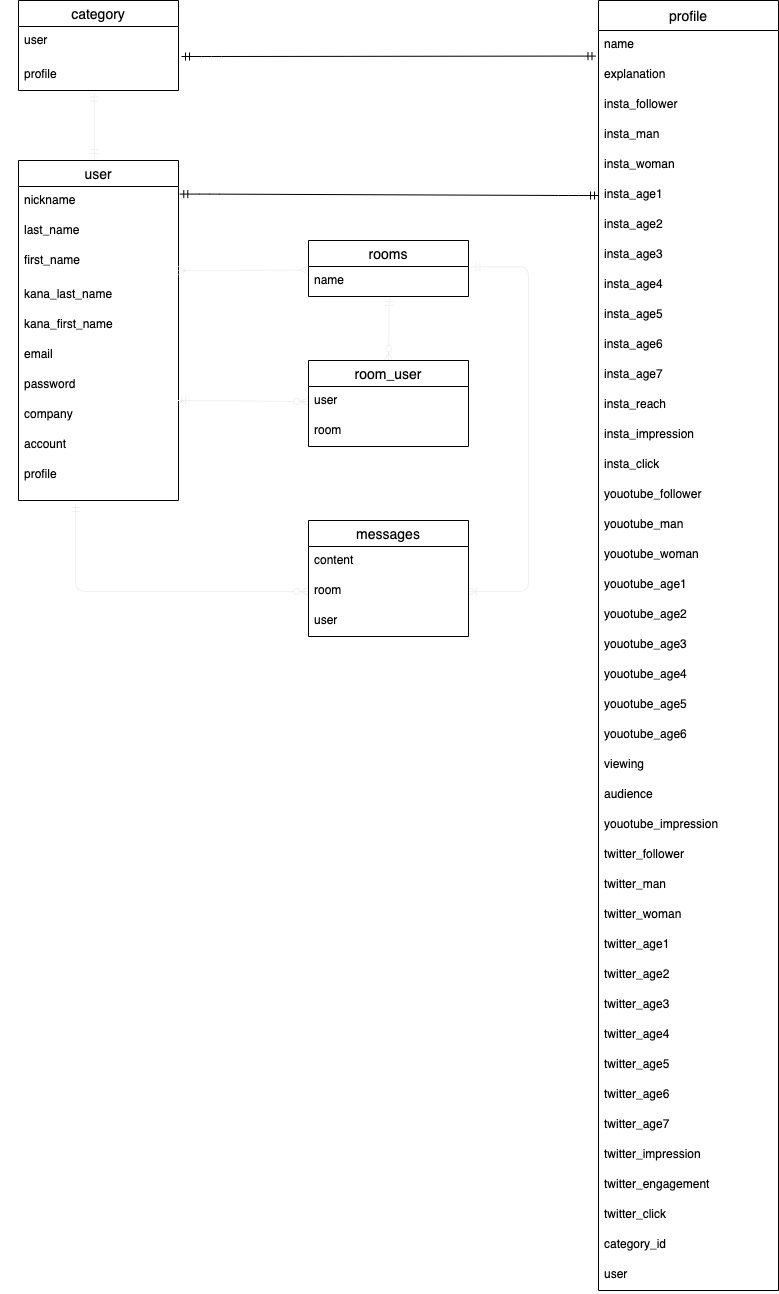
The draw.io diagram er.drawio.png in Shota1104/connect, before a commit. Source tidied: cells renumbered, new cells last; positions are measured from the earlier drawing's top-left corner, leaving out a move shared by most shapes.
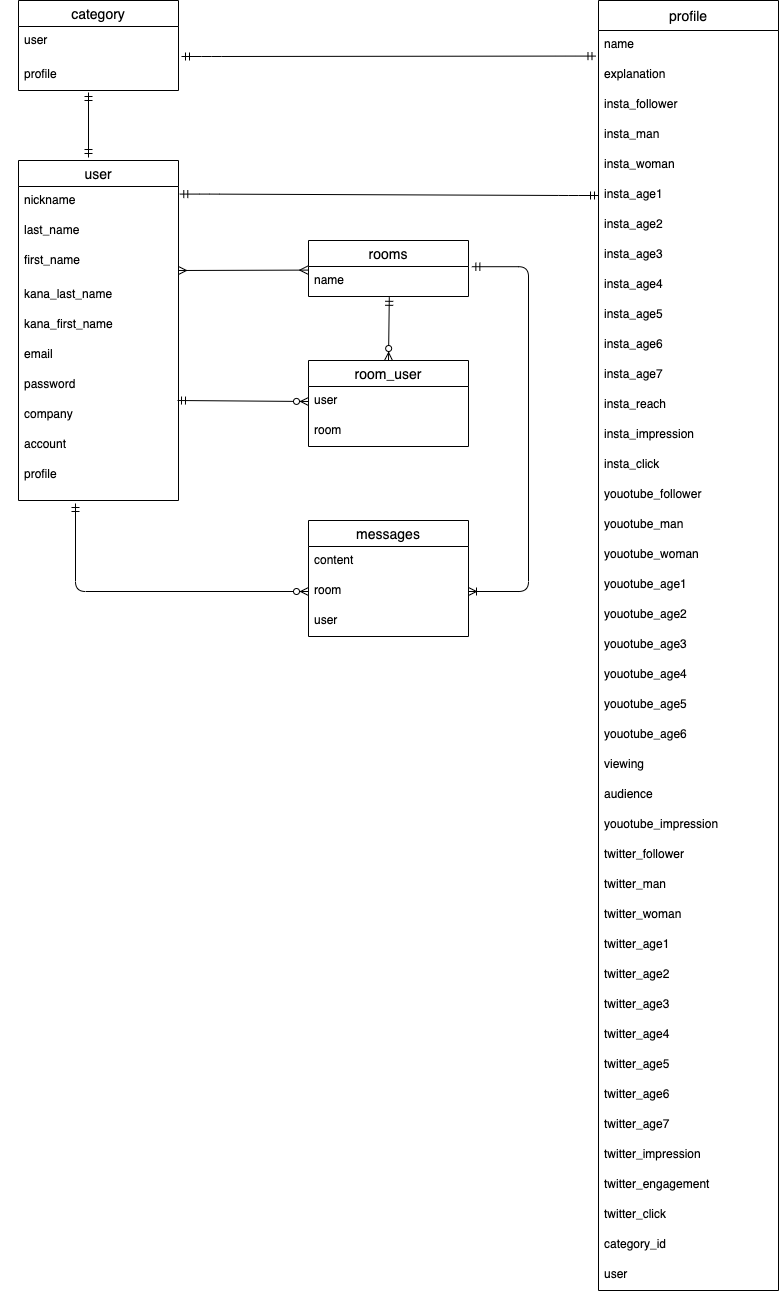
After the change.

Change to the diagram source:
```diff
@@ -58,17 +58,18 @@
     <mxCell id="18" value="profile" style="text;strokeColor=none;fillColor=none;spacingLeft=4;spacingRight=4;overflow=hidden;points=[[0,0.5],[1,0.5]];portConstraint=eastwest;fontSize=12;" parent="16" vertex="1">
       <mxGeometry y="60" width="160" height="30" as="geometry" />
     </mxCell>
-    <mxCell id="19" style="fontSize=12;html=1;endArrow=ERmandOne;startArrow=ERmandOne;strokeColor=#f0f0f0;entryX=0.474;entryY=1.08;entryDx=0;entryDy=0;entryPerimeter=0;" parent="1" edge="1" target="18">
+    <mxCell id="19" style="fontSize=12;html=1;endArrow=ERmandOne;startArrow=ERmandOne;" parent="1" edge="1">
       <mxGeometry relative="1" as="geometry">
-        <mxPoint x="86" y="157" as="sourcePoint" />
+        <mxPoint x="80" y="157" as="sourcePoint" />
+        <mxPoint x="80" y="92" as="targetPoint" />
       </mxGeometry>
     </mxCell>
-    <mxCell id="20" style="edgeStyle=orthogonalEdgeStyle;fontSize=12;html=1;endArrow=ERzeroToMany;startArrow=ERmandOne;strokeColor=#f0f0f0;entryX=0;entryY=0.5;entryDx=0;entryDy=0;" parent="1" edge="1" target="75">
+    <mxCell id="20" style="edgeStyle=orthogonalEdgeStyle;fontSize=12;html=1;endArrow=ERzeroToMany;startArrow=ERmandOne;entryX=0;entryY=0.5;entryDx=0;entryDy=0;" parent="1" edge="1" target="75">
       <mxGeometry relative="1" as="geometry">
         <mxPoint x="67" y="503" as="sourcePoint" />
       </mxGeometry>
     </mxCell>
-    <mxCell id="21" style="edgeStyle=orthogonalEdgeStyle;fontSize=12;html=1;endArrow=ERoneToMany;startArrow=ERmandOne;strokeColor=#f0f0f0;exitX=1.021;exitY=0.007;exitDx=0;exitDy=0;exitPerimeter=0;entryX=1;entryY=0.5;entryDx=0;entryDy=0;" parent="1" edge="1" source="69" target="75">
+    <mxCell id="21" style="edgeStyle=orthogonalEdgeStyle;fontSize=12;html=1;endArrow=ERoneToMany;startArrow=ERmandOne;exitX=1.021;exitY=0.007;exitDx=0;exitDy=0;exitPerimeter=0;entryX=1;entryY=0.5;entryDx=0;entryDy=0;" parent="1" edge="1" source="69" target="75">
       <mxGeometry relative="1" as="geometry">
         <Array as="points">
           <mxPoint x="520" y="266" />
@@ -76,17 +77,17 @@
         </Array>
       </mxGeometry>
     </mxCell>
-    <mxCell id="22" style="fontSize=12;html=1;endArrow=ERmany;startArrow=ERmany;strokeColor=#f0f0f0;entryX=-0.005;entryY=0.12;entryDx=0;entryDy=0;entryPerimeter=0;" parent="1" edge="1" target="69">
+    <mxCell id="22" style="fontSize=12;html=1;endArrow=ERmany;startArrow=ERmany;entryX=-0.005;entryY=0.12;entryDx=0;entryDy=0;entryPerimeter=0;" parent="1" edge="1" target="69">
       <mxGeometry relative="1" as="geometry">
         <mxPoint x="170" y="270" as="sourcePoint" />
       </mxGeometry>
     </mxCell>
-    <mxCell id="23" style="fontSize=12;html=1;endArrow=ERzeroToMany;startArrow=ERmandOne;strokeColor=#f0f0f0;entryX=0;entryY=0.5;entryDx=0;entryDy=0;" parent="1" edge="1" target="71">
+    <mxCell id="23" style="fontSize=12;html=1;endArrow=ERzeroToMany;startArrow=ERmandOne;entryX=0;entryY=0.5;entryDx=0;entryDy=0;" parent="1" edge="1" target="71">
       <mxGeometry relative="1" as="geometry">
         <mxPoint x="169" y="400" as="sourcePoint" />
       </mxGeometry>
     </mxCell>
-    <mxCell id="24" style="fontSize=12;html=1;endArrow=ERzeroToMany;startArrow=ERmandOne;strokeColor=#f0f0f0;exitX=0.505;exitY=1.027;exitDx=0;exitDy=0;exitPerimeter=0;entryX=0.5;entryY=0;entryDx=0;entryDy=0;" parent="1" edge="1" source="69" target="70">
+    <mxCell id="24" style="fontSize=12;html=1;endArrow=ERzeroToMany;startArrow=ERmandOne;exitX=0.505;exitY=1.027;exitDx=0;exitDy=0;exitPerimeter=0;entryX=0.5;entryY=0;entryDx=0;entryDy=0;" parent="1" edge="1" source="69" target="70">
       <mxGeometry relative="1" as="geometry" />
     </mxCell>
     <mxCell id="25" value="profile" style="swimlane;fontStyle=0;horizontal=1;startSize=30;align=center;fontSize=14;" parent="1" vertex="1">
```
